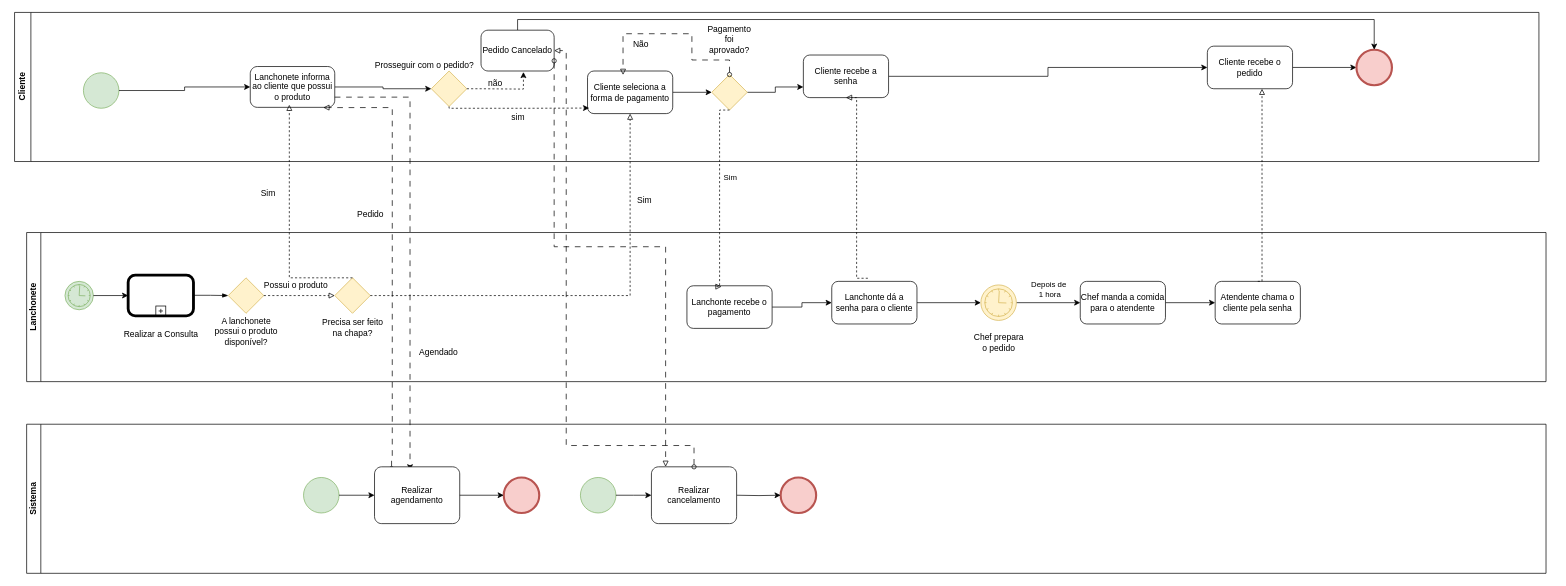
Earlier version of the draw.io diagram page "Página-1" (1 of 4) of Diagramas_do_projeto/Diagrama_Tobe.drawio (VitorHenriqueOC/Projeto_MacFei). Source tidied: cells renumbered, new cells numbered last; positions are measured from the earlier drawing's top-left corner, leaving out a move shared by most shapes. Both pictures are drawn from the tidied source at 71%, with x=0, y=0 at pixel (14, 12).
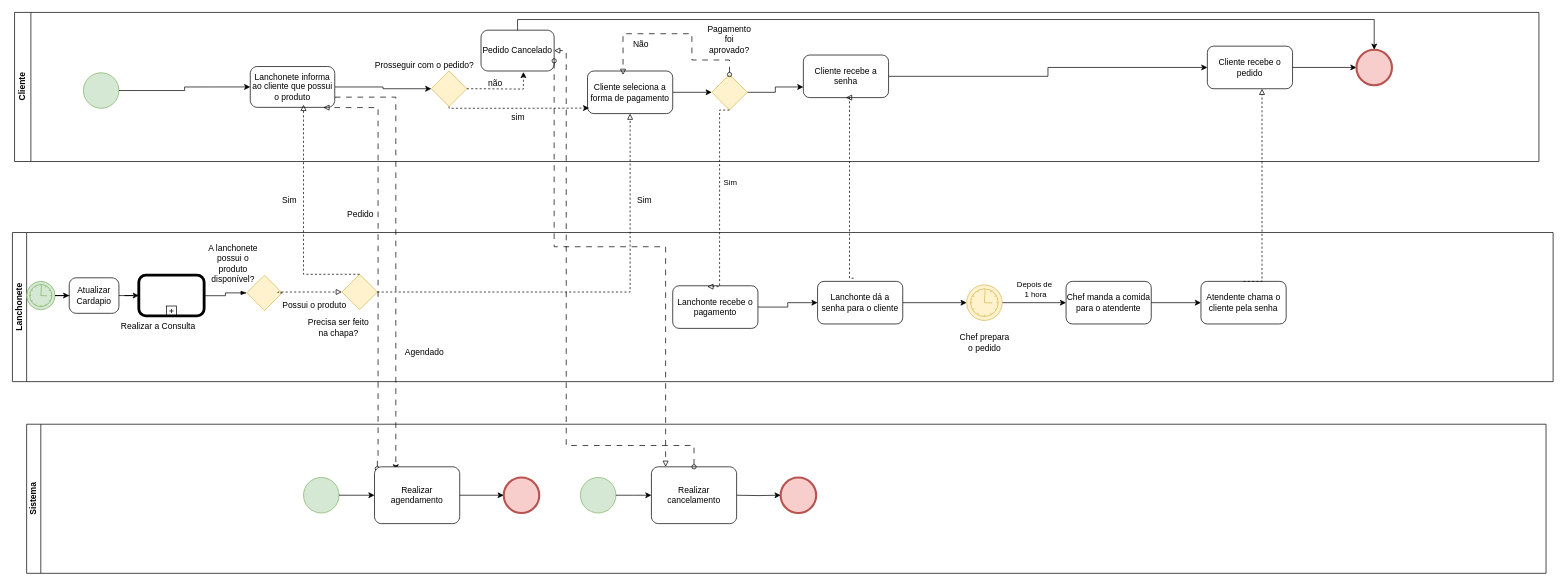
The same page after the edit.

What changed in the source:
```diff
@@
     <mxCell id="28" value="Lanchonete" style="swimlane;startSize=20;horizontal=0;html=1;whiteSpace=wrap;" parent="1" vertex="1">
-      <mxGeometry x="17" y="310" width="2140" height="210" as="geometry" />
+      <mxGeometry x="-3" y="310" width="2170" height="210" as="geometry" />
     </mxCell>
     <mxCell id="29" style="points=[[0.25,0,0],[0.5,0,0],[0.75,0,0],[1,0.25,0],[1,0.5,0],[1,0.75,0],[0.75,1,0],[0.5,1,0],[0.25,1,0],[0,0.75,0],[0,0.5,0],[0,0.25,0]];shape=mxgraph.bpmn.task;whiteSpace=wrap;rectStyle=rounded;size=10;html=1;bpmnShapeType=call;isLoopSub=1;" parent="28" vertex="1">
-      <mxGeometry x="143" y="60" width="92" height="57.5" as="geometry" />
+      <mxGeometry x="178" y="60" width="92" height="57.5" as="geometry" />
     </mxCell>
     <mxCell id="30" value="Realizar a Consulta&lt;div&gt;&lt;br&gt;&lt;/div&gt;" style="text;html=1;align=center;verticalAlign=middle;strokeColor=none;fillColor=none;" parent="28" vertex="1">
-      <mxGeometry x="124" y="130" width="130" height="40" as="geometry" />
+      <mxGeometry x="140" y="120" width="130" height="40" as="geometry" />
     </mxCell>
     <mxCell id="31" style="points=[[0.145,0.145,0],[0.5,0,0],[0.855,0.145,0],[1,0.5,0],[0.855,0.855,0],[0.5,1,0],[0.145,0.855,0],[0,0.5,0]];shape=mxgraph.bpmn.event;html=1;verticalLabelPosition=bottom;labelBackgroundColor=#ffffff;verticalAlign=top;align=center;perimeter=ellipsePerimeter;outlineConnect=0;outline=standard;symbol=timer;fillColor=#d5e8d4;strokeColor=#82b366;" parent="28" vertex="1">
-      <mxGeometry x="54" y="68.8" width="40" height="40" as="geometry" />
+      <mxGeometry x="20" y="68.8" width="40" height="40" as="geometry" />
     </mxCell>
-    <mxCell id="32" style="edgeStyle=orthogonalEdgeStyle;rounded=0;jettySize=auto;html=1;exitX=1;exitY=0.5;exitDx=0;exitDy=0;exitPerimeter=0;entryX=0;entryY=0.5;entryDx=0;entryDy=0;entryPerimeter=0;" parent="28" edge="1" source="31" target="29">
-      <mxGeometry relative="1" as="geometry" />
-    </mxCell>
     <mxCell id="33" style="edgeStyle=elbowEdgeStyle;fontSize=12;html=1;endArrow=blockThin;endFill=1;rounded=0;entryX=0;entryY=0.5;entryDx=0;entryDy=0;" parent="28" edge="1" target="34">
       <mxGeometry relative="1" as="geometry">
-        <mxPoint x="234" y="88.4" as="sourcePoint" />
+        <mxPoint x="270" y="89" as="sourcePoint" />
       </mxGeometry>
     </mxCell>
     <mxCell id="34" style="rhombus;whiteSpace=wrap;html=1;fillColor=#fff2cc;strokeColor=#d6b656;" parent="28" vertex="1">
-      <mxGeometry x="284" y="63.8" width="50" height="50" as="geometry" />
+      <mxGeometry x="330" y="60" width="50" height="50" as="geometry" />
     </mxCell>
     <mxCell id="35" value="A lanchonete possui o produto disponível?" style="text;html=1;align=center;verticalAlign=middle;whiteSpace=wrap;rounded=0;" parent="28" vertex="1">
-      <mxGeometry x="258.5" y="120" width="101" height="40" as="geometry" />
+      <mxGeometry x="270" y="28.8" width="81.5" height="30" as="geometry" />
     </mxCell>
@@
     <mxCell id="43" style="rhombus;whiteSpace=wrap;html=1;fillColor=#fff2cc;strokeColor=#d6b656;" parent="28" vertex="1">
-      <mxGeometry x="434" y="63.8" width="50" height="50" as="geometry" />
+      <mxGeometry x="464" y="58.8" width="50" height="50" as="geometry" />
     </mxCell>
@@
     <mxCell id="46" value="Possui o produto" style="text;html=1;align=center;verticalAlign=middle;strokeColor=none;fillColor=none;" parent="28" vertex="1">
-      <mxGeometry x="324" y="60" width="110" height="30" as="geometry" />
+      <mxGeometry x="370" y="87.5" width="110" height="30" as="geometry" />
     </mxCell>
@@
+    <mxCell id="76" value="Atualizar Cardapio" style="points=[[0.25,0,0],[0.5,0,0],[0.75,0,0],[1,0.25,0],[1,0.5,0],[1,0.75,0],[0.75,1,0],[0.5,1,0],[0.25,1,0],[0,0.75,0],[0,0.5,0],[0,0.25,0]];shape=mxgraph.bpmn.task;whiteSpace=wrap;rectStyle=rounded;size=10;html=1;taskMarker=abstract;" parent="28" vertex="1">
+      <mxGeometry x="80" y="63.8" width="70" height="50" as="geometry" />
+    </mxCell>
+    <mxCell id="77" style="edgeStyle=orthogonalEdgeStyle;rounded=0;jettySize=auto;html=1;entryX=0;entryY=0.5;entryDx=0;entryDy=0;entryPerimeter=0;" parent="28" edge="1" source="31" target="76">
+      <mxGeometry relative="1" as="geometry" />
+    </mxCell>
+    <mxCell id="78" style="edgeStyle=orthogonalEdgeStyle;rounded=0;jettySize=auto;html=1;entryX=0;entryY=0.5;entryDx=0;entryDy=0;entryPerimeter=0;" parent="28" edge="1" source="76" target="29">
+      <mxGeometry relative="1" as="geometry" />
+    </mxCell>
@@
     <mxCell id="55" style="edgeStyle=elbowEdgeStyle;fontSize=12;html=1;endFill=0;startFill=0;endSize=6;startSize=6;dashed=1;endArrow=block;startArrow=none;rounded=0;exitX=0.5;exitY=0;exitDx=0;exitDy=0;" parent="1" edge="1" source="43">
       <mxGeometry relative="1" as="geometry">
-        <mxPoint x="387" y="130" as="targetPoint" />
+        <mxPoint x="407" y="130" as="targetPoint" />
         <Array as="points">
-          <mxPoint x="387" y="250" />
-          <mxPoint x="1267" y="260" />
+          <mxPoint x="407" y="250" />
+          <mxPoint x="1287" y="260" />
         </Array>
       </mxGeometry>
     </mxCell>
@@
     <mxCell id="58" value="Sim" style="text;html=1;align=center;verticalAlign=middle;strokeColor=none;fillColor=none;" parent="1" vertex="1">
-      <mxGeometry x="337" y="240" width="40" height="30" as="geometry" />
+      <mxGeometry x="367" y="250" width="40" height="30" as="geometry" />
     </mxCell>
@@
     <mxCell id="73" value="Pedido" style="text;html=1;align=center;verticalAlign=middle;strokeColor=none;fillColor=none;" parent="1" vertex="1">
-      <mxGeometry x="471" y="270" width="60" height="30" as="geometry" />
+      <mxGeometry x="457" y="270" width="60" height="30" as="geometry" />
     </mxCell>
```
